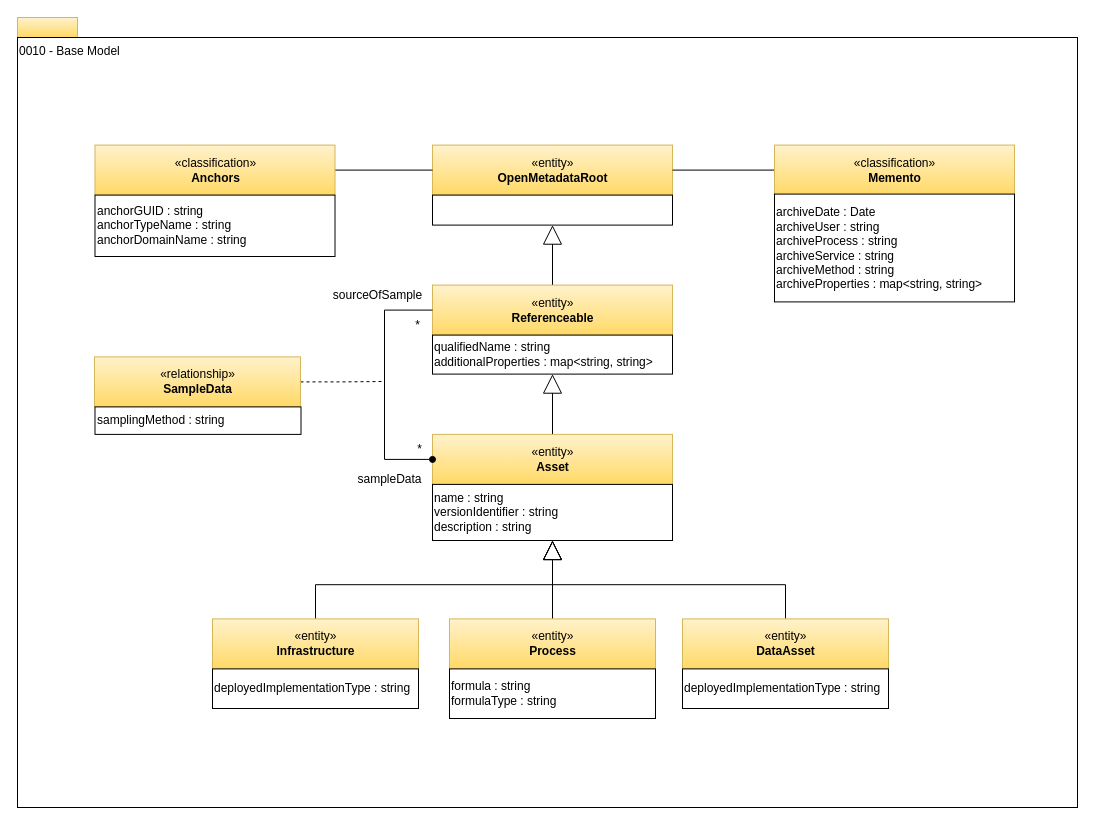
Earlier version of the draw.io diagram page "0010-Base-Model" (3 of 29) of site/docs/types/0/area-0-basic-types-and-infrastructure.drawio (odpi/egeria-docs). Source tidied: cells renumbered, new cells numbered last; positions are measured from the earlier drawing's top-left corner, leaving out a move shared by most shapes. Both pictures are drawn from the tidied source at 100%, with x=0, y=0 at pixel (17, 17).
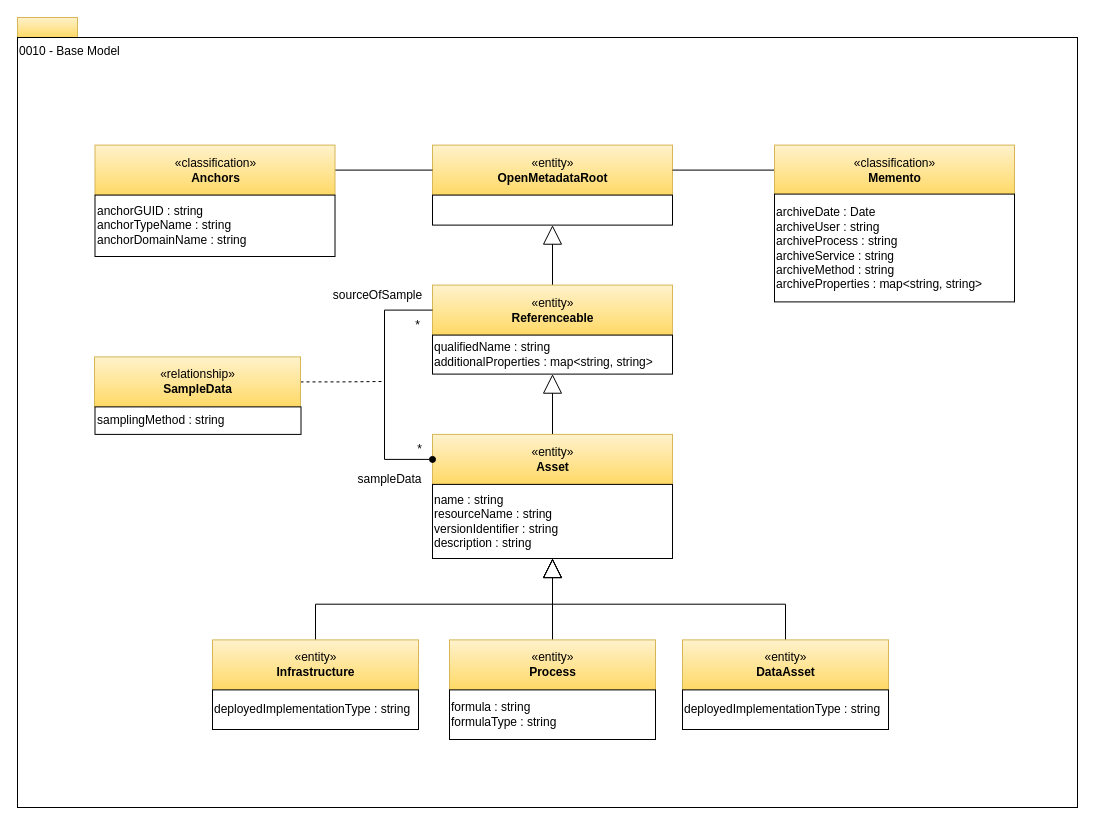
After the change.

The edit, as a diff of the source:
```diff
@@
     <mxCell id="7" value="«entity»&lt;br&gt;&lt;b&gt;Infrastructure&lt;/b&gt;" style="html=1;strokeColor=#d6b656;align=center;fillColor=#fff2cc;gradientColor=#ffd966;" parent="1" vertex="1">
-      <mxGeometry x="195" y="601.4" width="206" height="50" as="geometry" />
+      <mxGeometry x="195" y="622.4" width="206" height="50" as="geometry" />
     </mxCell>
@@
-    <mxCell id="11" value="name : string&lt;br&gt;versionIdentifier : string&lt;br&gt;description : string&lt;br&gt;&lt;div style=&quot;text-align: left&quot;&gt;&lt;/div&gt;" style="rounded=0;whiteSpace=wrap;html=1;strokeColor=#000000;gradientColor=#ffffff;align=left;" parent="1" vertex="1">
-      <mxGeometry x="415" y="466.9" width="240" height="56.1" as="geometry" />
+    <mxCell id="11" value="name : string&lt;div&gt;resourceName : string&lt;br&gt;versionIdentifier : string&lt;br&gt;description : string&lt;br&gt;&lt;div style=&quot;text-align: left&quot;&gt;&lt;/div&gt;&lt;/div&gt;" style="rounded=0;whiteSpace=wrap;html=1;strokeColor=#000000;gradientColor=#ffffff;align=left;" parent="1" vertex="1">
+      <mxGeometry x="415" y="466.9" width="240" height="74.1" as="geometry" />
     </mxCell>
@@
     <mxCell id="13" value="«entity»&lt;br&gt;&lt;b&gt;Process&lt;/b&gt;" style="html=1;strokeColor=#d6b656;align=center;fillColor=#fff2cc;gradientColor=#ffd966;" parent="1" vertex="1">
-      <mxGeometry x="432" y="601.4" width="206" height="50" as="geometry" />
+      <mxGeometry x="432" y="622.4" width="206" height="50" as="geometry" />
     </mxCell>
     <mxCell id="14" value="formula : string&lt;br&gt;formulaType : string" style="rounded=0;whiteSpace=wrap;html=1;strokeColor=#000000;gradientColor=#ffffff;align=left;" parent="1" vertex="1">
-      <mxGeometry x="432" y="651.4" width="206" height="49.6" as="geometry" />
+      <mxGeometry x="432" y="672.4" width="206" height="49.6" as="geometry" />
     </mxCell>
@@
     <mxCell id="16" value="«entity»&lt;br&gt;&lt;b&gt;DataAsset&lt;/b&gt;" style="html=1;strokeColor=#d6b656;align=center;fillColor=#fff2cc;gradientColor=#ffd966;" parent="1" vertex="1">
-      <mxGeometry x="665" y="601.4" width="206" height="50" as="geometry" />
+      <mxGeometry x="665" y="622.4" width="206" height="50" as="geometry" />
     </mxCell>
     <mxCell id="17" value="deployedImplementationType : string" style="rounded=0;whiteSpace=wrap;html=1;strokeColor=#000000;gradientColor=#ffffff;align=left;" parent="1" vertex="1">
-      <mxGeometry x="665" y="651.4" width="206" height="39.6" as="geometry" />
+      <mxGeometry x="665" y="672.4" width="206" height="39.6" as="geometry" />
     </mxCell>
@@
     <mxCell id="34" value="deployedImplementationType : string" style="rounded=0;whiteSpace=wrap;html=1;strokeColor=#000000;gradientColor=#ffffff;align=left;" parent="1" vertex="1">
-      <mxGeometry x="195" y="651.4" width="206" height="39.6" as="geometry" />
+      <mxGeometry x="195" y="672.4" width="206" height="39.6" as="geometry" />
     </mxCell>
```
